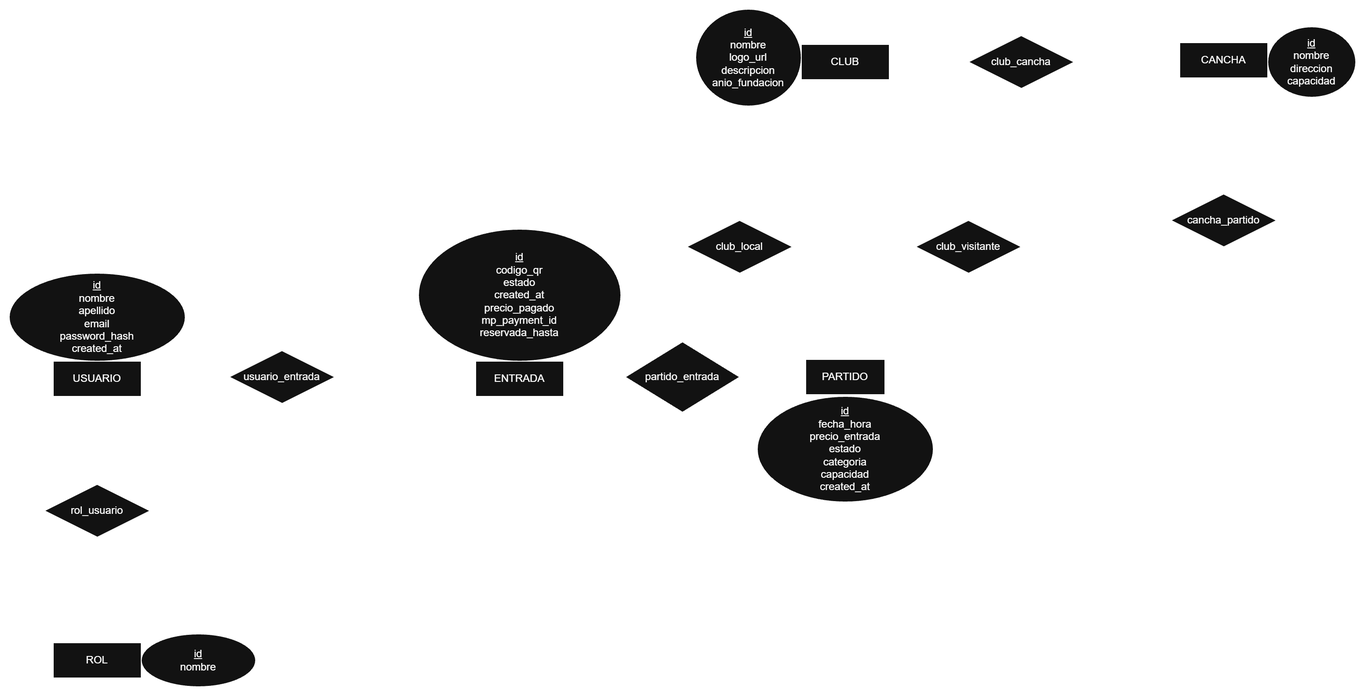
Above: docs/img/DER TP DSW.drawio.png in lauregomez/Tp-desarrollo-de-software (draw.io), before the change. Source tidied: cells renumbered, new cells last; positions are measured from the earlier drawing's top-left corner, leaving out a move shared by most shapes.
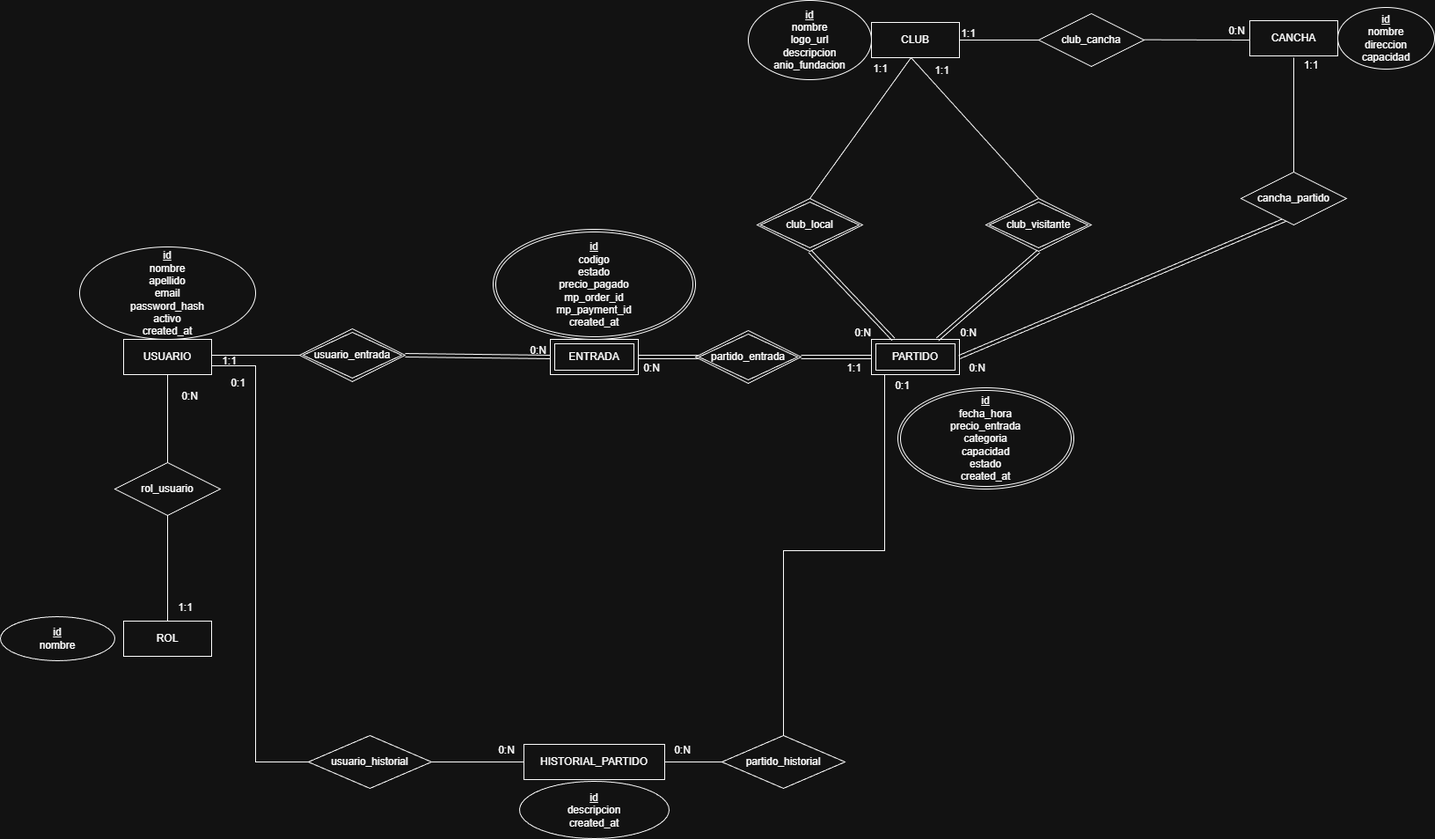
Above is the later version.

Commit message:
docs: update ER diagram to match current schema

Change to the diagram source:
```diff
@@ -6,25 +6,34 @@
       <mxGeometry x="900" y="40" width="100" height="40" as="geometry" />
     </mxCell>
     <mxCell id="3" value="&lt;u&gt;id&lt;/u&gt;&lt;div&gt;nombre&lt;/div&gt;&lt;div&gt;logo_url&lt;/div&gt;&lt;div&gt;descripcion&lt;/div&gt;&lt;div&gt;anio_fundacion&lt;/div&gt;" style="ellipse;whiteSpace=wrap;html=1;align=center;" parent="1" vertex="1">
-      <mxGeometry x="780" width="120" height="110" as="geometry" />
+      <mxGeometry x="760" y="15" width="140" height="90" as="geometry" />
     </mxCell>
     <mxCell id="4" value="USUARIO" style="whiteSpace=wrap;html=1;align=center;" parent="1" vertex="1">
       <mxGeometry x="50" y="400" width="100" height="40" as="geometry" />
     </mxCell>
-    <mxCell id="5" value="&lt;u&gt;id&lt;/u&gt;&lt;div&gt;nombre&lt;/div&gt;&lt;div&gt;apellido&lt;/div&gt;&lt;div&gt;email&lt;/div&gt;&lt;div&gt;password_hash&lt;/div&gt;&lt;div&gt;created_at&lt;/div&gt;" style="ellipse;whiteSpace=wrap;html=1;align=center;" parent="1" vertex="1">
-      <mxGeometry y="300" width="200" height="100" as="geometry" />
+    <mxCell id="5" value="&lt;u&gt;id&lt;/u&gt;&lt;div&gt;nombre&lt;/div&gt;&lt;div&gt;apellido&lt;/div&gt;&lt;div&gt;email&lt;/div&gt;&lt;div&gt;password_hash&lt;/div&gt;&lt;div&gt;activo&lt;/div&gt;&lt;div&gt;created_at&lt;/div&gt;" style="ellipse;whiteSpace=wrap;html=1;align=center;" parent="1" vertex="1">
+      <mxGeometry y="295" width="200" height="105" as="geometry" />
     </mxCell>
     <mxCell id="6" value="ROL" style="whiteSpace=wrap;html=1;align=center;" parent="1" vertex="1">
       <mxGeometry x="50" y="720" width="100" height="40" as="geometry" />
     </mxCell>
     <mxCell id="7" value="&lt;u&gt;id&lt;/u&gt;&lt;div&gt;nombre&lt;/div&gt;" style="ellipse;whiteSpace=wrap;html=1;align=center;" parent="1" vertex="1">
-      <mxGeometry x="150" y="710" width="130" height="60" as="geometry" />
+      <mxGeometry x="-90" y="715" width="130" height="50" as="geometry" />
     </mxCell>
+    <mxCell id="49" style="edgeStyle=orthogonalEdgeStyle;rounded=0;jettySize=auto;html=1;" parent="1" edge="1" source="39" target="8">
+      <mxGeometry relative="1" as="geometry" />
+    </mxCell>
+    <mxCell id="39" value="ENTRADA" style="shape=ext;margin=3;double=1;whiteSpace=wrap;html=1;align=center;" parent="1" vertex="1">
+      <mxGeometry x="535" y="400" width="100" height="40" as="geometry" />
+    </mxCell>
-    <mxCell id="8" value="&lt;div&gt;&lt;u&gt;id&lt;/u&gt;&lt;/div&gt;&lt;div&gt;&lt;span style=&quot;background-color: transparent; color: light-dark(rgb(0, 0, 0), rgb(255, 255, 255));&quot;&gt;codigo_qr&lt;/span&gt;&lt;/div&gt;&lt;div&gt;estado&lt;/div&gt;&lt;div&gt;created_at&lt;/div&gt;&lt;div&gt;&lt;span style=&quot;background-color: transparent; color: light-dark(rgb(0, 0, 0), rgb(255, 255, 255));&quot;&gt;precio_pagado&lt;/span&gt;&lt;/div&gt;&lt;div&gt;mp_payment_id&lt;/div&gt;&lt;div&gt;reservada_hasta&lt;/div&gt;" style="ellipse;whiteSpace=wrap;html=1;align=center;" parent="1" vertex="1">
-      <mxGeometry x="465" y="250" width="230" height="150" as="geometry" />
+    <mxCell id="8" value="&lt;div&gt;&lt;u&gt;id&lt;/u&gt;&lt;/div&gt;&lt;div&gt;codigo&lt;/div&gt;&lt;div&gt;estado&lt;/div&gt;&lt;div&gt;precio_pagado&lt;/div&gt;&lt;div&gt;mp_order_id&lt;/div&gt;&lt;div&gt;mp_payment_id&lt;/div&gt;&lt;div&gt;created_at&lt;/div&gt;" style="ellipse;shape=doubleEllipse;margin=3;whiteSpace=wrap;html=1;align=center;" parent="1" vertex="1">
+      <mxGeometry x="470" y="275" width="230" height="125" as="geometry" />
     </mxCell>
+    <mxCell id="37" value="PARTIDO" style="shape=ext;margin=3;double=1;whiteSpace=wrap;html=1;align=center;" parent="1" vertex="1">
+      <mxGeometry x="900" y="400" width="100" height="40" as="geometry" />
+    </mxCell>
-    <mxCell id="9" value="&lt;u&gt;id&lt;/u&gt;&lt;div&gt;fecha_hora&lt;/div&gt;&lt;div&gt;precio_entrada&lt;/div&gt;&lt;div&gt;estado&lt;/div&gt;&lt;div&gt;categoria&lt;/div&gt;&lt;div&gt;&lt;span style=&quot;background-color: transparent; color: light-dark(rgb(0, 0, 0), rgb(255, 255, 255));&quot;&gt;capacidad&lt;/span&gt;&lt;/div&gt;&lt;div&gt;created_at&lt;/div&gt;" style="ellipse;whiteSpace=wrap;html=1;align=center;" parent="1" vertex="1">
-      <mxGeometry x="850" y="440" width="200" height="120" as="geometry" />
+    <mxCell id="9" value="&lt;u&gt;id&lt;/u&gt;&lt;div&gt;fecha_hora&lt;/div&gt;&lt;div&gt;precio_entrada&lt;/div&gt;&lt;div&gt;categoria&lt;/div&gt;&lt;div&gt;capacidad&lt;/div&gt;&lt;div&gt;estado&lt;/div&gt;&lt;div&gt;created_at&lt;/div&gt;" style="ellipse;shape=doubleEllipse;margin=3;whiteSpace=wrap;html=1;align=center;" parent="1" vertex="1">
+      <mxGeometry x="930" y="455" width="200" height="115" as="geometry" />
     </mxCell>
     <mxCell id="10" style="endArrow=none;html=1;rounded=0;entryX=0.5;entryY=0;entryDx=0;entryDy=0;exitX=0.5;exitY=1;exitDx=0;exitDy=0;" parent="1" edge="1" source="4" target="6">
       <mxGeometry relative="1" as="geometry" />
@@ -47,10 +56,10 @@
     <mxCell id="16" value="1:1" style="text;html=1;align=center;verticalAlign=middle;strokeColor=none;fillColor=none;" parent="1" vertex="1">
       <mxGeometry x="990" y="38" width="40" height="30" as="geometry" />
     </mxCell>
-    <mxCell id="17" value="club_visitante" style="shape=rhombus;perimeter=rhombusPerimeter;whiteSpace=wrap;html=1;align=center;" parent="1" vertex="1">
+    <mxCell id="17" value="club_visitante" style="shape=rhombus;double=1;perimeter=rhombusPerimeter;whiteSpace=wrap;html=1;align=center;" parent="1" vertex="1">
       <mxGeometry x="1030" y="240" width="120" height="60" as="geometry" />
     </mxCell>
-    <mxCell id="18" value="club_local" style="shape=rhombus;perimeter=rhombusPerimeter;whiteSpace=wrap;html=1;align=center;" parent="1" vertex="1">
+    <mxCell id="18" value="club_local" style="shape=rhombus;double=1;perimeter=rhombusPerimeter;whiteSpace=wrap;html=1;align=center;" parent="1" vertex="1">
       <mxGeometry x="770" y="240" width="120" height="60" as="geometry" />
     </mxCell>
     <mxCell id="19" style="endArrow=none;html=1;rounded=0;entryX=0.5;entryY=0;entryDx=0;entryDy=0;" parent="1" edge="1" target="18">
@@ -63,13 +72,29 @@
         <mxPoint x="945" y="80" as="sourcePoint" />
       </mxGeometry>
     </mxCell>
+    <mxCell id="50" style="shape=link;html=1;rounded=0;entryX=0.25;entryY=0;entryDx=0;entryDy=0;exitX=0.5;exitY=1;exitDx=0;exitDy=0;" parent="1" edge="1" source="18" target="37">
+      <mxGeometry relative="1" as="geometry" />
+    </mxCell>
+    <mxCell id="51" value="0:N" style="html=1;whiteSpace=wrap;align=right;verticalAlign=bottom;" parent="50" vertex="1">
+      <mxGeometry x="1" relative="1" as="geometry">
+        <mxPoint x="-25" as="offset" />
+      </mxGeometry>
+    </mxCell>
+    <mxCell id="52" style="shape=link;html=1;rounded=0;entryX=0.75;entryY=0;entryDx=0;entryDy=0;exitX=0.5;exitY=1;exitDx=0;exitDy=0;" parent="1" edge="1" source="17" target="37">
+      <mxGeometry relative="1" as="geometry" />
+    </mxCell>
+    <mxCell id="53" value="0:N" style="html=1;whiteSpace=wrap;align=right;verticalAlign=bottom;" parent="52" vertex="1">
+      <mxGeometry x="1" relative="1" as="geometry">
+        <mxPoint x="45" as="offset" />
+      </mxGeometry>
+    </mxCell>
     <mxCell id="21" value="1:1" style="text;html=1;align=center;verticalAlign=middle;strokeColor=none;fillColor=none;" parent="1" vertex="1">
       <mxGeometry x="890" y="78" width="40" height="30" as="geometry" />
     </mxCell>
     <mxCell id="22" value="1:1" style="text;html=1;align=center;verticalAlign=middle;strokeColor=none;fillColor=none;" parent="1" vertex="1">
       <mxGeometry x="960" y="80" width="40" height="30" as="geometry" />
     </mxCell>
-    <mxCell id="23" style="html=1;rounded=0;exitX=1;exitY=0.5;exitDx=0;exitDy=0;entryX=0.5;entryY=1;entryDx=0;entryDy=0;" parent="1" edge="1" source="37">
+    <mxCell id="23" style="shape=link;html=1;rounded=0;exitX=1;exitY=0.5;exitDx=0;exitDy=0;entryX=0.5;entryY=1;entryDx=0;entryDy=0;" parent="1" edge="1" source="37">
       <mxGeometry relative="1" as="geometry">
         <mxPoint x="1380" y="260" as="targetPoint" />
       </mxGeometry>
@@ -77,6 +102,15 @@
     <mxCell id="24" value="0:N" style="text;html=1;align=center;verticalAlign=middle;strokeColor=none;fillColor=none;" parent="1" vertex="1">
       <mxGeometry x="1000" y="418" width="40" height="30" as="geometry" />
     </mxCell>
+    <mxCell id="54" style="shape=link;html=1;rounded=0;entryX=1;entryY=0.5;entryDx=0;entryDy=0;exitX=0.067;exitY=0.5;exitDx=0;exitDy=0;exitPerimeter=0;" parent="1" edge="1" source="40" target="39">
+      <mxGeometry relative="1" as="geometry" />
+    </mxCell>
+    <mxCell id="40" value="partido_entrada" style="shape=rhombus;double=1;perimeter=rhombusPerimeter;whiteSpace=wrap;html=1;align=center;" parent="1" vertex="1">
+      <mxGeometry x="700" y="390" width="120" height="60" as="geometry" />
+    </mxCell>
+    <mxCell id="55" style="shape=link;html=1;rounded=0;exitX=1;exitY=0.5;exitDx=0;exitDy=0;entryX=0;entryY=0.5;entryDx=0;entryDy=0;" parent="1" edge="1" source="40" target="37">
+      <mxGeometry relative="1" as="geometry" />
+    </mxCell>
     <mxCell id="25" value="0:N" style="text;html=1;align=center;verticalAlign=middle;strokeColor=none;fillColor=none;" parent="1" vertex="1">
       <mxGeometry x="630" y="418" width="40" height="30" as="geometry" />
     </mxCell>
@@ -89,9 +123,17 @@
         <mxPoint x="250" y="418" as="targetPoint" />
       </mxGeometry>
     </mxCell>
-    <mxCell id="28" value="usuario_entrada" style="shape=rhombus;perimeter=rhombusPerimeter;whiteSpace=wrap;html=1;align=center;" parent="1" vertex="1">
+    <mxCell id="28" value="usuario_entrada" style="shape=rhombus;double=1;perimeter=rhombusPerimeter;whiteSpace=wrap;html=1;align=center;" parent="1" vertex="1">
       <mxGeometry x="250" y="388" width="120" height="60" as="geometry" />
     </mxCell>
+    <mxCell id="47" style="shape=link;html=1;rounded=0;exitX=1;exitY=0.5;exitDx=0;exitDy=0;entryX=0;entryY=0.5;entryDx=0;entryDy=0;" parent="1" edge="1" source="28" target="39">
+      <mxGeometry relative="1" as="geometry" />
+    </mxCell>
+    <mxCell id="56" value="0:N" style="html=1;whiteSpace=wrap;align=right;verticalAlign=bottom;" parent="47" vertex="1">
+      <mxGeometry x="1" relative="1" as="geometry">
+        <mxPoint x="-5" as="offset" />
+      </mxGeometry>
+    </mxCell>
     <mxCell id="29" value="1:1" style="text;html=1;align=center;verticalAlign=middle;strokeColor=none;fillColor=none;" parent="1" vertex="1">
       <mxGeometry x="150" y="410" width="40" height="30" as="geometry" />
     </mxCell>
@@ -99,7 +141,7 @@
       <mxGeometry x="1330" y="38" width="100" height="40" as="geometry" />
     </mxCell>
     <mxCell id="31" value="&lt;u&gt;id&lt;/u&gt;&lt;div&gt;nombre&lt;/div&gt;&lt;div&gt;direccion&lt;/div&gt;&lt;div&gt;capacidad&lt;/div&gt;" style="ellipse;whiteSpace=wrap;html=1;align=center;" parent="1" vertex="1">
-      <mxGeometry x="1430" y="20" width="100" height="80" as="geometry" />
+      <mxGeometry x="1430" y="23" width="110" height="70" as="geometry" />
     </mxCell>
     <mxCell id="32" value="club_cancha" style="shape=rhombus;perimeter=rhombusPerimeter;whiteSpace=wrap;html=1;align=center;" parent="1" vertex="1">
       <mxGeometry x="1090" y="30" width="120" height="60" as="geometry" />
@@ -121,45 +163,51 @@
     <mxCell id="36" value="1:1" style="text;html=1;whiteSpace=wrap;strokeColor=none;fillColor=none;align=center;verticalAlign=middle;rounded=0;" parent="1" vertex="1">
       <mxGeometry x="1380" y="78" width="40" height="22" as="geometry" />
     </mxCell>
-    <mxCell id="37" value="PARTIDO" style="rounded=0;whiteSpace=wrap;html=1;" parent="1" vertex="1">
-      <mxGeometry x="905" y="398" width="90" height="40" as="geometry" />
-    </mxCell>
-    <mxCell id="38" style="edgeStyle=orthogonalEdgeStyle;rounded=0;jettySize=auto;html=1;" parent="1" edge="1" target="39">
-      <mxGeometry relative="1" as="geometry">
-        <mxPoint x="585" y="400" as="sourcePoint" />
-      </mxGeometry>
-    </mxCell>
-    <mxCell id="39" value="ENTRADA" style="rounded=0;whiteSpace=wrap;html=1;" parent="1" vertex="1">
-      <mxGeometry x="530" y="400" width="100" height="40" as="geometry" />
-    </mxCell>
-    <mxCell id="40" value="partido_entrada" style="rhombus;whiteSpace=wrap;html=1;" parent="1" vertex="1">
-      <mxGeometry x="700" y="378" width="130" height="80" as="geometry" />
-    </mxCell>
-    <mxCell id="41" style="endArrow=none;html=1;rounded=0;entryX=0;entryY=0.5;entryDx=0;entryDy=0;exitX=1;exitY=0.5;exitDx=0;exitDy=0;" parent="1" edge="1" source="39" target="40">
-      <mxGeometry relative="1" as="geometry" />
-    </mxCell>
-    <mxCell id="42" style="endArrow=none;html=1;rounded=0;entryX=0;entryY=0.5;entryDx=0;entryDy=0;" parent="1" edge="1" target="37">
-      <mxGeometry relative="1" as="geometry">
-        <mxPoint x="830" y="418" as="sourcePoint" />
-      </mxGeometry>
-    </mxCell>
-    <mxCell id="43" style="endArrow=none;html=1;rounded=0;entryX=0.5;entryY=1;entryDx=0;entryDy=0;exitX=0.75;exitY=0;exitDx=0;exitDy=0;" parent="1" edge="1" source="37" target="17">
-      <mxGeometry relative="1" as="geometry" />
-    </mxCell>
-    <mxCell id="44" style="endArrow=none;html=1;rounded=0;entryX=0.5;entryY=1;entryDx=0;entryDy=0;exitX=0.25;exitY=0;exitDx=0;exitDy=0;" parent="1" edge="1" source="37" target="18">
-      <mxGeometry relative="1" as="geometry" />
-    </mxCell>
-    <mxCell id="45" value="0:N" style="text;html=1;whiteSpace=wrap;strokeColor=none;fillColor=none;align=center;verticalAlign=middle;rounded=0;" parent="1" vertex="1">
-      <mxGeometry x="870" y="378" width="60" height="30" as="geometry" />
-    </mxCell>
-    <mxCell id="46" value="0:N" style="text;html=1;whiteSpace=wrap;strokeColor=none;fillColor=none;align=center;verticalAlign=middle;rounded=0;" parent="1" vertex="1">
-      <mxGeometry x="980" y="378" width="60" height="30" as="geometry" />
-    </mxCell>
-    <mxCell id="47" style="endArrow=none;html=1;rounded=0;entryX=0;entryY=0.5;entryDx=0;entryDy=0;exitX=1;exitY=0.5;exitDx=0;exitDy=0;" parent="1" edge="1" source="28" target="39">
-      <mxGeometry relative="1" as="geometry" />
-    </mxCell>
-    <mxCell id="48" value="0:N" style="text;html=1;whiteSpace=wrap;strokeColor=none;fillColor=none;align=center;verticalAlign=middle;rounded=0;" parent="1" vertex="1">
-      <mxGeometry x="480" y="420" width="60" height="30" as="geometry" />
-    </mxCell>
+    <mxCell id="57" value="HISTORIAL_PARTIDO" style="whiteSpace=wrap;html=1;align=center;" parent="1" vertex="1">
+      <mxGeometry x="505" y="860" width="160" height="40" as="geometry" />
+    </mxCell>
+    <mxCell id="58" value="&lt;u&gt;id&lt;/u&gt;&lt;div&gt;descripcion&lt;/div&gt;&lt;div&gt;created_at&lt;/div&gt;" style="ellipse;whiteSpace=wrap;html=1;align=center;" parent="1" vertex="1">
+      <mxGeometry x="500" y="902" width="170" height="65" as="geometry" />
+    </mxCell>
+    <mxCell id="59" value="usuario_historial" style="shape=rhombus;perimeter=rhombusPerimeter;whiteSpace=wrap;html=1;align=center;" parent="1" vertex="1">
+      <mxGeometry x="260" y="850" width="140" height="60" as="geometry" />
+    </mxCell>
+    <mxCell id="60" value="partido_historial" style="shape=rhombus;perimeter=rhombusPerimeter;whiteSpace=wrap;html=1;align=center;" parent="1" vertex="1">
+      <mxGeometry x="730" y="850" width="140" height="60" as="geometry" />
+    </mxCell>
+    <mxCell id="61" style="endArrow=none;html=1;rounded=0;exitX=1;exitY=0.75;exitDx=0;exitDy=0;entryX=0;entryY=0.5;entryDx=0;entryDy=0;" parent="1" edge="1" source="4" target="59">
+      <mxGeometry relative="1" as="geometry">
+        <Array as="points">
+          <mxPoint x="200" y="430" />
+          <mxPoint x="200" y="880" />
+        </Array>
+      </mxGeometry>
+    </mxCell>
+    <mxCell id="62" style="endArrow=none;html=1;rounded=0;exitX=1;exitY=0.5;exitDx=0;exitDy=0;entryX=0;entryY=0.5;entryDx=0;entryDy=0;" parent="1" edge="1" source="59" target="57">
+      <mxGeometry relative="1" as="geometry" />
+    </mxCell>
+    <mxCell id="63" style="endArrow=none;html=1;rounded=0;exitX=1;exitY=0.5;exitDx=0;exitDy=0;entryX=0;entryY=0.5;entryDx=0;entryDy=0;" parent="1" edge="1" source="57" target="60">
+      <mxGeometry relative="1" as="geometry" />
+    </mxCell>
+    <mxCell id="64" style="endArrow=none;html=1;rounded=0;exitX=0.5;exitY=0;exitDx=0;exitDy=0;entryX=0.15;entryY=1;entryDx=0;entryDy=0;" parent="1" edge="1" source="60" target="37">
+      <mxGeometry relative="1" as="geometry">
+        <Array as="points">
+          <mxPoint x="800" y="640" />
+          <mxPoint x="915" y="640" />
+        </Array>
+      </mxGeometry>
+    </mxCell>
+    <mxCell id="65" value="0:1" style="text;html=1;align=center;verticalAlign=middle;strokeColor=none;fillColor=none;" parent="1" vertex="1">
+      <mxGeometry x="160" y="435" width="40" height="30" as="geometry" />
+    </mxCell>
+    <mxCell id="66" value="0:N" style="text;html=1;align=center;verticalAlign=middle;strokeColor=none;fillColor=none;" parent="1" vertex="1">
+      <mxGeometry x="465" y="852" width="40" height="30" as="geometry" />
+    </mxCell>
+    <mxCell id="67" value="0:N" style="text;html=1;align=center;verticalAlign=middle;strokeColor=none;fillColor=none;" parent="1" vertex="1">
+      <mxGeometry x="665" y="852" width="40" height="30" as="geometry" />
+    </mxCell>
+    <mxCell id="68" value="0:1" style="text;html=1;align=center;verticalAlign=middle;strokeColor=none;fillColor=none;" parent="1" vertex="1">
+      <mxGeometry x="915" y="438" width="40" height="30" as="geometry" />
+    </mxCell>
   </root>
 </mxGraphModel>
```
